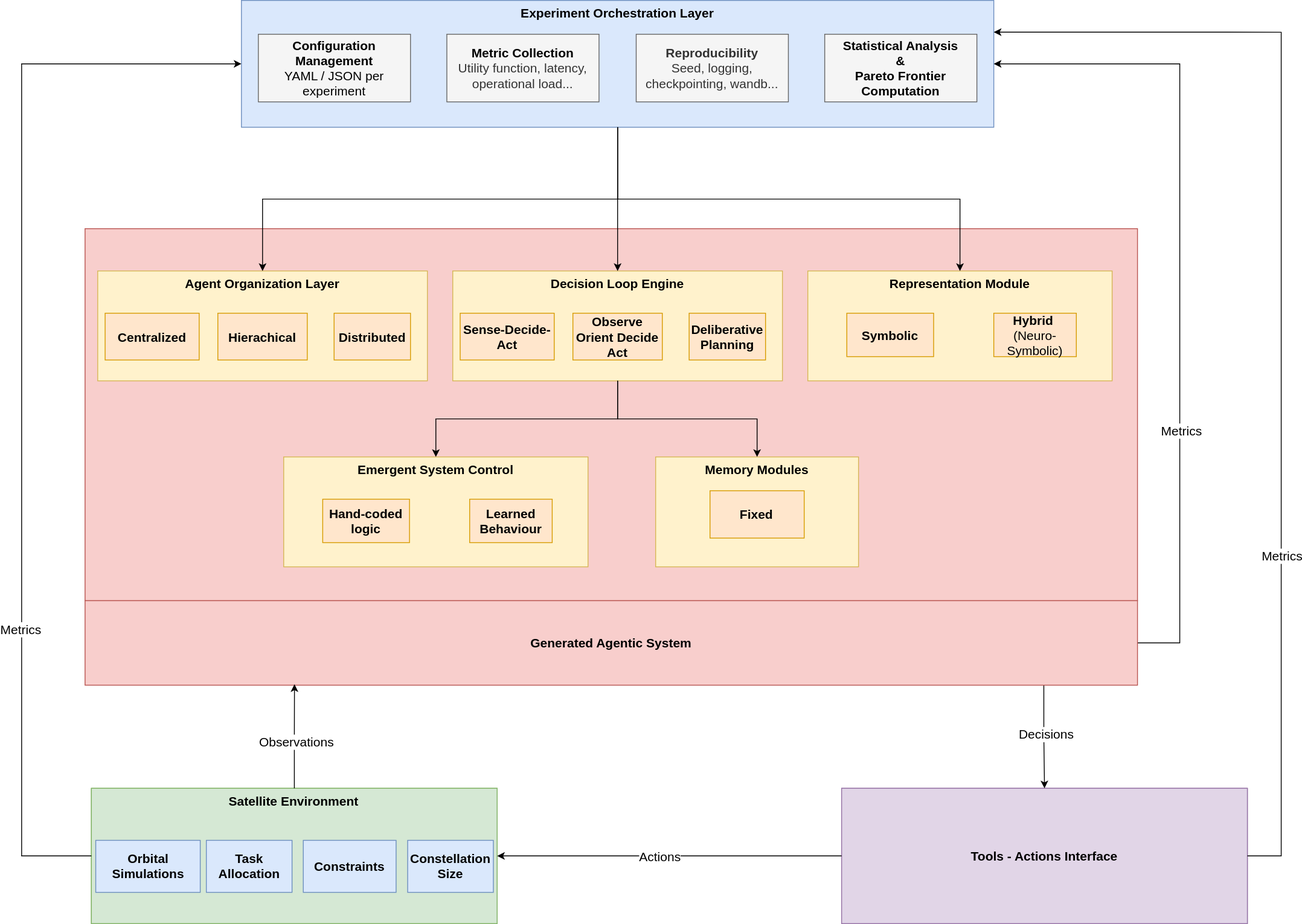
Earlier version of the draw.io export docs/images/autops-overall-system-architecture.svg (clemenjuan/autops-demo). Source tidied: cells renumbered, new cells last; positions are measured from the earlier drawing's top-left corner, leaving out a move shared by most shapes.
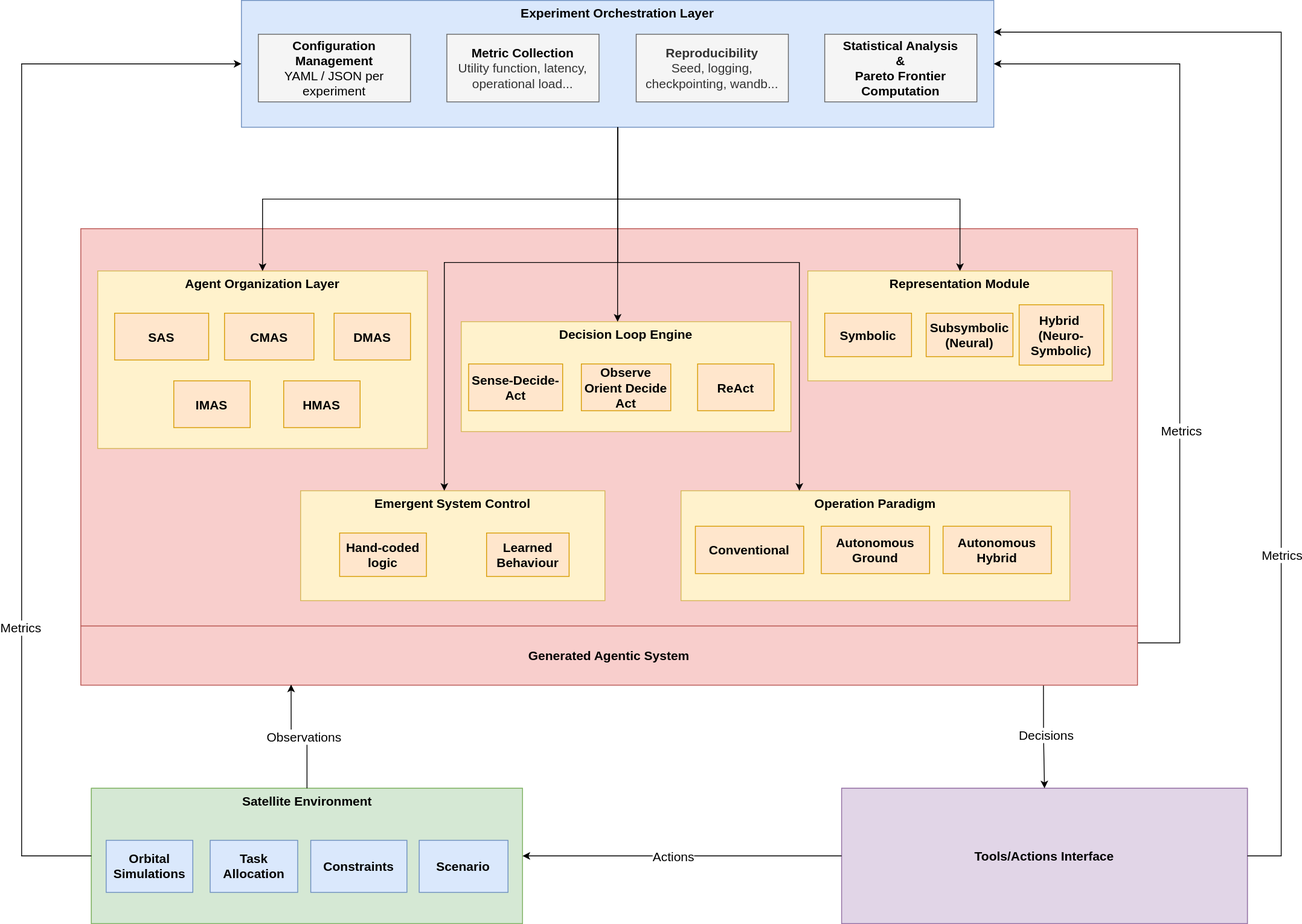
After the change.

The edit, as a diff of the source:
```diff
@@ -3,7 +3,7 @@
     <mxCell id="0" />
     <mxCell id="1" parent="0" />
     <mxCell id="2" style="rounded=0;whiteSpace=wrap;html=1;fillColor=#f8cecc;strokeColor=#b85450;fontSize=15;" parent="1" vertex="1">
-      <mxGeometry x="75" y="270" width="1245" height="440" as="geometry" />
+      <mxGeometry x="70" y="270" width="1250" height="470" as="geometry" />
     </mxCell>
     <mxCell id="3" style="group;fontSize=15;" parent="1" vertex="1">
       <mxGeometry x="260" width="890" height="150" as="geometry" />
@@ -24,22 +24,28 @@
       <mxGeometry x="690" y="40" width="180" height="80" as="geometry" />
     </mxCell>
     <mxCell id="9" style="group;fontSize=15;" parent="1" vertex="1">
-      <mxGeometry x="90" y="320" width="390" height="130" as="geometry" />
+      <mxGeometry x="90" y="320" width="390" height="210" as="geometry" />
     </mxCell>
     <mxCell id="10" value="&lt;div&gt;&lt;b&gt;Agent Organization Layer&lt;/b&gt;&lt;/div&gt;" style="rounded=0;whiteSpace=wrap;html=1;backgroundOutline=0;fillColor=#fff2cc;strokeColor=#d6b656;verticalAlign=top;fontSize=15;" parent="9" vertex="1">
-      <mxGeometry width="390" height="130" as="geometry" />
+      <mxGeometry width="390" height="210" as="geometry" />
     </mxCell>
-    <mxCell id="11" value="&lt;b style=&quot;background-color: transparent; color: light-dark(rgb(0, 0, 0), rgb(255, 255, 255));&quot;&gt;Centralized&lt;/b&gt;" style="rounded=0;whiteSpace=wrap;html=1;fillColor=#ffe6cc;strokeColor=#d79b00;fontSize=15;" parent="9" vertex="1">
-      <mxGeometry x="8.8" y="50" width="111.2" height="55.3" as="geometry" />
+    <mxCell id="11" value="&lt;b style=&quot;background-color: transparent; color: light-dark(rgb(0, 0, 0), rgb(255, 255, 255));&quot;&gt;SAS&lt;/b&gt;" style="rounded=0;whiteSpace=wrap;html=1;fillColor=#ffe6cc;strokeColor=#d79b00;fontSize=15;" parent="9" vertex="1">
+      <mxGeometry x="20" y="50" width="111.2" height="55.3" as="geometry" />
     </mxCell>
-    <mxCell id="12" value="&lt;b&gt;Hierachical&lt;/b&gt;" style="rounded=0;whiteSpace=wrap;html=1;fillColor=#ffe6cc;strokeColor=#d79b00;fontSize=15;" parent="9" vertex="1">
-      <mxGeometry x="142.1" y="50" width="105.8" height="55.3" as="geometry" />
+    <mxCell id="12" value="&lt;b&gt;CMAS&lt;/b&gt;" style="rounded=0;whiteSpace=wrap;html=1;fillColor=#ffe6cc;strokeColor=#d79b00;fontSize=15;" parent="9" vertex="1">
+      <mxGeometry x="150" y="50" width="105.8" height="55.3" as="geometry" />
     </mxCell>
-    <mxCell id="13" value="&lt;div&gt;&lt;b&gt;Distributed&lt;/b&gt;&lt;/div&gt;" style="rounded=0;whiteSpace=wrap;html=1;fillColor=#ffe6cc;strokeColor=#d79b00;fontSize=15;" parent="9" vertex="1">
+    <mxCell id="13" value="&lt;div&gt;&lt;b&gt;DMAS&lt;/b&gt;&lt;/div&gt;" style="rounded=0;whiteSpace=wrap;html=1;fillColor=#ffe6cc;strokeColor=#d79b00;fontSize=15;" parent="9" vertex="1">
       <mxGeometry x="279.6" y="50" width="90.4" height="55.3" as="geometry" />
     </mxCell>
+    <mxCell id="59" value="&lt;div&gt;&lt;b&gt;IMAS&lt;/b&gt;&lt;/div&gt;" style="rounded=0;whiteSpace=wrap;html=1;fillColor=#ffe6cc;strokeColor=#d79b00;fontSize=15;" parent="9" vertex="1">
+      <mxGeometry x="90" y="130" width="90.4" height="55.3" as="geometry" />
+    </mxCell>
+    <mxCell id="60" value="&lt;div&gt;&lt;b&gt;HMAS&lt;/b&gt;&lt;/div&gt;" style="rounded=0;whiteSpace=wrap;html=1;fillColor=#ffe6cc;strokeColor=#d79b00;fontSize=15;" parent="9" vertex="1">
+      <mxGeometry x="220" y="130" width="90.4" height="55.3" as="geometry" />
+    </mxCell>
     <mxCell id="14" style="group;fontSize=15;" parent="1" vertex="1">
-      <mxGeometry x="510" y="320" width="390" height="130" as="geometry" />
+      <mxGeometry x="520" y="380" width="390" height="130" as="geometry" />
     </mxCell>
     <mxCell id="15" value="&lt;div&gt;&lt;b&gt;Decision Loop Engine&lt;/b&gt;&lt;/div&gt;" style="rounded=0;whiteSpace=wrap;html=1;backgroundOutline=0;fillColor=#fff2cc;strokeColor=#d6b656;verticalAlign=top;fontSize=15;" parent="14" vertex="1">
       <mxGeometry width="390" height="130" as="geometry" />
@@ -50,7 +56,7 @@
     <mxCell id="17" value="&lt;b&gt;Observe Orient Decide Act&lt;/b&gt;" style="rounded=0;whiteSpace=wrap;html=1;fillColor=#ffe6cc;strokeColor=#d79b00;fontSize=15;" parent="14" vertex="1">
       <mxGeometry x="142.1" y="50" width="105.8" height="55.3" as="geometry" />
     </mxCell>
-    <mxCell id="18" value="&lt;b&gt;Deliberative Planning&lt;/b&gt;" style="rounded=0;whiteSpace=wrap;html=1;fillColor=#ffe6cc;strokeColor=#d79b00;fontSize=15;" parent="14" vertex="1">
+    <mxCell id="18" value="&lt;b&gt;ReAct&lt;/b&gt;" style="rounded=0;whiteSpace=wrap;html=1;fillColor=#ffe6cc;strokeColor=#d79b00;fontSize=15;" parent="14" vertex="1">
       <mxGeometry x="279.6" y="50" width="90.4" height="55.3" as="geometry" />
     </mxCell>
     <mxCell id="19" style="group;fontSize=15;" parent="1" vertex="1">
@@ -63,22 +69,30 @@
       <mxGeometry width="360" height="130" as="geometry" />
     </mxCell>
     <mxCell id="22" value="&lt;b style=&quot;background-color: transparent; color: light-dark(rgb(0, 0, 0), rgb(255, 255, 255));&quot;&gt;Symbolic&lt;/b&gt;" style="rounded=0;whiteSpace=wrap;html=1;fillColor=#ffe6cc;strokeColor=#d79b00;fontSize=15;" parent="20" vertex="1">
-      <mxGeometry x="46.2" y="50" width="102.7" height="51.4" as="geometry" />
+      <mxGeometry x="20" y="50" width="102.7" height="51.4" as="geometry" />
     </mxCell>
-    <mxCell id="23" value="&lt;b&gt;Hybrid&amp;nbsp;&lt;/b&gt;&lt;div&gt;(Neuro-Symbolic)&lt;/div&gt;" style="rounded=0;whiteSpace=wrap;html=1;fillColor=#ffe6cc;strokeColor=#d79b00;fontSize=15;" parent="20" vertex="1">
-      <mxGeometry x="220" y="50" width="97.6" height="51.4" as="geometry" />
+    <mxCell id="23" value="&lt;b&gt;Hybrid&amp;nbsp;&lt;/b&gt;&lt;div&gt;&lt;b&gt;(Neuro-Symbolic)&lt;/b&gt;&lt;/div&gt;" style="rounded=0;whiteSpace=wrap;html=1;fillColor=#ffe6cc;strokeColor=#d79b00;fontSize=15;" parent="20" vertex="1">
+      <mxGeometry x="250" y="40" width="100" height="71.4" as="geometry" />
     </mxCell>
+    <mxCell id="61" value="&lt;b style=&quot;background-color: transparent; color: light-dark(rgb(0, 0, 0), rgb(255, 255, 255));&quot;&gt;Subsymbolic&lt;/b&gt;&lt;div&gt;&lt;b&gt;(Neural)&lt;/b&gt;&lt;/div&gt;" style="rounded=0;whiteSpace=wrap;html=1;fillColor=#ffe6cc;strokeColor=#d79b00;fontSize=15;" parent="20" vertex="1">
+      <mxGeometry x="140" y="50" width="102.7" height="51.4" as="geometry" />
+    </mxCell>
     <mxCell id="24" style="edgeStyle=orthogonalEdgeStyle;rounded=0;jettySize=auto;html=1;entryX=0.5;entryY=0;entryDx=0;entryDy=0;fontSize=15;" parent="1" edge="1" source="4" target="10">
       <mxGeometry relative="1" as="geometry" />
     </mxCell>
     <mxCell id="25" style="edgeStyle=orthogonalEdgeStyle;rounded=0;jettySize=auto;html=1;fontSize=15;" parent="1" edge="1" source="4" target="15">
-      <mxGeometry relative="1" as="geometry" />
+      <mxGeometry relative="1" as="geometry">
+        <Array as="points">
+          <mxPoint x="705" y="360" />
+          <mxPoint x="705" y="360" />
+        </Array>
+      </mxGeometry>
     </mxCell>
     <mxCell id="26" style="edgeStyle=orthogonalEdgeStyle;rounded=0;jettySize=auto;html=1;fontSize=15;" parent="1" edge="1" source="4" target="21">
       <mxGeometry relative="1" as="geometry" />
     </mxCell>
     <mxCell id="27" style="group;fontSize=15;" parent="1" vertex="1">
-      <mxGeometry x="310" y="540" width="360" height="130" as="geometry" />
+      <mxGeometry x="330" y="580" width="360" height="130" as="geometry" />
     </mxCell>
     <mxCell id="28" style="group;fontSize=15;" parent="27" vertex="1">
       <mxGeometry width="360" height="130" as="geometry" />
@@ -93,42 +107,42 @@
       <mxGeometry x="220" y="50" width="97.6" height="51.4" as="geometry" />
     </mxCell>
     <mxCell id="32" style="group;fontSize=15;" parent="1" vertex="1">
-      <mxGeometry x="750" y="540" width="240" height="130" as="geometry" />
+      <mxGeometry x="780" y="580" width="460" height="130" as="geometry" />
     </mxCell>
-    <mxCell id="33" value="&lt;div&gt;&lt;b&gt;Memory Modules&lt;/b&gt;&lt;/div&gt;" style="rounded=0;whiteSpace=wrap;html=1;backgroundOutline=0;fillColor=#fff2cc;strokeColor=#d6b656;verticalAlign=top;fontSize=15;" parent="32" vertex="1">
-      <mxGeometry width="240" height="130" as="geometry" />
+    <mxCell id="33" value="&lt;div&gt;&lt;b&gt;Operation Paradigm&lt;/b&gt;&lt;/div&gt;" style="rounded=0;whiteSpace=wrap;html=1;backgroundOutline=0;fillColor=#fff2cc;strokeColor=#d6b656;verticalAlign=top;fontSize=15;" parent="32" vertex="1">
+      <mxGeometry width="460" height="130" as="geometry" />
     </mxCell>
-    <mxCell id="34" value="&lt;b style=&quot;background-color: transparent; color: light-dark(rgb(0, 0, 0), rgb(255, 255, 255));&quot;&gt;Fixed&lt;/b&gt;" style="rounded=0;whiteSpace=wrap;html=1;fillColor=#ffe6cc;strokeColor=#d79b00;fontSize=15;" parent="32" vertex="1">
-      <mxGeometry x="64.3" y="40" width="111.4" height="56" as="geometry" />
+    <mxCell id="34" value="&lt;b style=&quot;background-color: transparent; color: light-dark(rgb(0, 0, 0), rgb(255, 255, 255));&quot;&gt;Conventional&lt;/b&gt;" style="rounded=0;whiteSpace=wrap;html=1;fillColor=#ffe6cc;strokeColor=#d79b00;fontSize=15;" parent="32" vertex="1">
+      <mxGeometry x="17" y="42" width="128.1" height="56" as="geometry" />
     </mxCell>
-    <mxCell id="35" style="edgeStyle=orthogonalEdgeStyle;rounded=0;jettySize=auto;html=1;fontSize=15;" parent="1" edge="1" source="15" target="29">
-      <mxGeometry relative="1" as="geometry" />
-    </mxCell>
-    <mxCell id="36" style="edgeStyle=orthogonalEdgeStyle;rounded=0;jettySize=auto;html=1;fontSize=15;" parent="1" edge="1" source="15" target="33">
-      <mxGeometry relative="1" as="geometry" />
-    </mxCell>
+    <mxCell id="62" value="&lt;b style=&quot;background-color: transparent; color: light-dark(rgb(0, 0, 0), rgb(255, 255, 255));&quot;&gt;Autonomous Ground&lt;/b&gt;" style="rounded=0;whiteSpace=wrap;html=1;fillColor=#ffe6cc;strokeColor=#d79b00;fontSize=15;" parent="32" vertex="1">
+      <mxGeometry x="165.9" y="42" width="128.1" height="56" as="geometry" />
+    </mxCell>
+    <mxCell id="63" value="&lt;b style=&quot;background-color: transparent; color: light-dark(rgb(0, 0, 0), rgb(255, 255, 255));&quot;&gt;Autonomous Hybrid&lt;/b&gt;" style="rounded=0;whiteSpace=wrap;html=1;fillColor=#ffe6cc;strokeColor=#d79b00;fontSize=15;" parent="32" vertex="1">
+      <mxGeometry x="310" y="42" width="128.1" height="56" as="geometry" />
+    </mxCell>
     <mxCell id="37" style="group;fillColor=#d5e8d4;strokeColor=#82b366;fontSize=15;" parent="1" vertex="1">
-      <mxGeometry x="82.5" y="932" width="480" height="160" as="geometry" />
+      <mxGeometry x="82.5" y="932" width="510" height="160" as="geometry" />
     </mxCell>
     <mxCell id="38" value="&lt;div&gt;&lt;b&gt;Satellite Environment&lt;/b&gt;&lt;/div&gt;" style="rounded=0;whiteSpace=wrap;html=1;backgroundOutline=0;fillColor=#d5e8d4;strokeColor=#82b366;verticalAlign=top;fontSize=15;" parent="37" vertex="1">
-      <mxGeometry width="480" height="160" as="geometry" />
+      <mxGeometry width="510" height="160" as="geometry" />
     </mxCell>
-    <mxCell id="39" value="&lt;b style=&quot;background-color: transparent; color: light-dark(rgb(0, 0, 0), rgb(255, 255, 255));&quot;&gt;Orbital Simulations&lt;/b&gt;" style="rounded=0;whiteSpace=wrap;html=1;fillColor=#dae8fc;strokeColor=#6c8ebf;fontSize=15;" parent="37" vertex="1">
-      <mxGeometry x="5.2" y="61.5" width="123.6" height="61.5" as="geometry" />
+    <mxCell id="39" value="&lt;b style=&quot;background-color: transparent; color: light-dark(rgb(0, 0, 0), rgb(255, 255, 255));&quot;&gt;Orbital Simulations&lt;/b&gt;" style="rounded=0;whiteSpace=wrap;html=1;fillColor=#dae8fc;strokeColor=#6c8ebf;fontSize=15;flipH=0;legacyAnchorPoints=0;" parent="37" vertex="1">
+      <mxGeometry x="17.5" y="61.5" width="102.5" height="61.5" as="geometry" />
     </mxCell>
-    <mxCell id="40" value="&lt;b&gt;Task Allocation&lt;/b&gt;" style="rounded=0;whiteSpace=wrap;html=1;fillColor=#dae8fc;strokeColor=#6c8ebf;fontSize=15;" parent="37" vertex="1">
-      <mxGeometry x="136" y="61.5" width="101.4" height="61.5" as="geometry" />
+    <mxCell id="40" value="&lt;b&gt;Task Allocation&lt;/b&gt;" style="rounded=0;whiteSpace=wrap;html=1;fillColor=#dae8fc;strokeColor=#6c8ebf;fontSize=15;flipH=0;legacyAnchorPoints=0;" parent="37" vertex="1">
+      <mxGeometry x="140.5" y="61.5" width="103.6" height="61.5" as="geometry" />
     </mxCell>
-    <mxCell id="41" value="&lt;b&gt;Constraints&lt;/b&gt;" style="rounded=0;whiteSpace=wrap;html=1;fillColor=#dae8fc;strokeColor=#6c8ebf;fontSize=15;" parent="37" vertex="1">
-      <mxGeometry x="250.7" y="61.5" width="109.8" height="61.5" as="geometry" />
+    <mxCell id="41" value="&lt;b&gt;Constraints&lt;/b&gt;" style="rounded=0;whiteSpace=wrap;html=1;fillColor=#dae8fc;strokeColor=#6c8ebf;fontSize=15;flipH=0;legacyAnchorPoints=0;" parent="37" vertex="1">
+      <mxGeometry x="259.5" y="61.5" width="113.8" height="61.5" as="geometry" />
     </mxCell>
-    <mxCell id="42" value="&lt;b&gt;Constellation Size&lt;/b&gt;" style="rounded=0;whiteSpace=wrap;html=1;fillColor=#dae8fc;strokeColor=#6c8ebf;fontSize=15;" parent="37" vertex="1">
-      <mxGeometry x="374.1" y="61.5" width="101.4" height="61.5" as="geometry" />
+    <mxCell id="42" value="&lt;b&gt;Scenario&lt;/b&gt;" style="rounded=0;whiteSpace=wrap;html=1;fillColor=#dae8fc;strokeColor=#6c8ebf;fontSize=15;flipH=0;legacyAnchorPoints=0;" parent="37" vertex="1">
+      <mxGeometry x="387.8" y="61.5" width="105.1" height="61.5" as="geometry" />
     </mxCell>
     <mxCell id="43" style="group;fillColor=#e1d5e7;strokeColor=#9673a6;fontSize=15;" parent="1" vertex="1">
       <mxGeometry x="970" y="932" width="480" height="160" as="geometry" />
     </mxCell>
-    <mxCell id="44" value="&lt;div&gt;&lt;b&gt;Tools - Actions Interface&lt;/b&gt;&lt;/div&gt;" style="rounded=0;whiteSpace=wrap;html=1;backgroundOutline=0;fillColor=#e1d5e7;strokeColor=#9673a6;verticalAlign=middle;fontSize=15;align=center;" parent="43" vertex="1">
+    <mxCell id="44" value="&lt;div&gt;&lt;b&gt;Tools/Actions Interface&lt;/b&gt;&lt;/div&gt;" style="rounded=0;whiteSpace=wrap;html=1;backgroundOutline=0;fillColor=#e1d5e7;strokeColor=#9673a6;verticalAlign=middle;fontSize=15;align=center;" parent="43" vertex="1">
       <mxGeometry width="480" height="160" as="geometry" />
     </mxCell>
     <mxCell id="45" style="edgeStyle=orthogonalEdgeStyle;rounded=0;jettySize=auto;html=1;fontSize=15;" parent="1" edge="1" source="44" target="38">
@@ -158,7 +172,7 @@
       <mxGeometry x="-0.37" y="-1" relative="1" as="geometry" />
     </mxCell>
     <mxCell id="52" value="&lt;b&gt;Generated Agentic System&lt;/b&gt;" style="rounded=0;whiteSpace=wrap;html=1;fillColor=#f8cecc;strokeColor=#b85450;fontSize=15;" parent="1" vertex="1">
-      <mxGeometry x="75" y="710" width="1245" height="100" as="geometry" />
+      <mxGeometry x="70" y="740" width="1250" height="70" as="geometry" />
     </mxCell>
     <mxCell id="53" style="edgeStyle=orthogonalEdgeStyle;rounded=0;jettySize=auto;html=1;entryX=0.199;entryY=0.989;entryDx=0;entryDy=0;entryPerimeter=0;fontSize=15;" parent="1" edge="1" source="38" target="52">
       <mxGeometry relative="1" as="geometry" />
@@ -188,5 +202,21 @@
     <mxCell id="58" value="Metrics" style="edgeLabel;html=1;align=center;verticalAlign=middle;fontSize=15;" parent="57" vertex="1">
       <mxGeometry x="-0.41" relative="1" as="geometry" />
     </mxCell>
+    <mxCell id="64" style="edgeStyle=orthogonalEdgeStyle;rounded=0;jettySize=auto;html=1;" parent="1" edge="1" source="4" target="33">
+      <mxGeometry relative="1" as="geometry">
+        <Array as="points">
+          <mxPoint x="705" y="310" />
+          <mxPoint x="920" y="310" />
+        </Array>
+      </mxGeometry>
+    </mxCell>
+    <mxCell id="65" style="edgeStyle=orthogonalEdgeStyle;rounded=0;jettySize=auto;html=1;" parent="1" edge="1" source="4" target="29">
+      <mxGeometry relative="1" as="geometry">
+        <Array as="points">
+          <mxPoint x="705" y="310" />
+          <mxPoint x="500" y="310" />
+        </Array>
+      </mxGeometry>
+    </mxCell>
   </root>
 </mxGraphModel>
```
